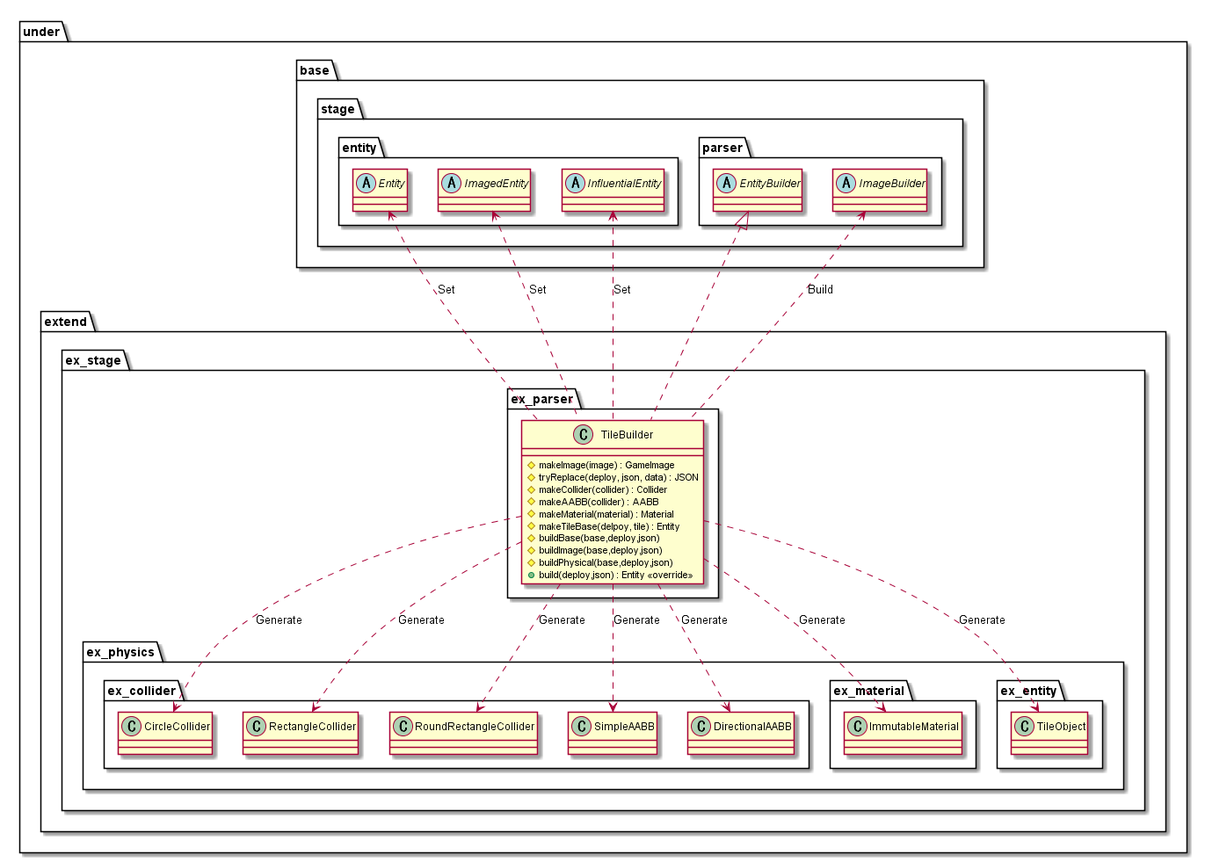
Above: out/uml/parser/Tile/ParserTile.png in Expine/Under (PlantUML), before the change.
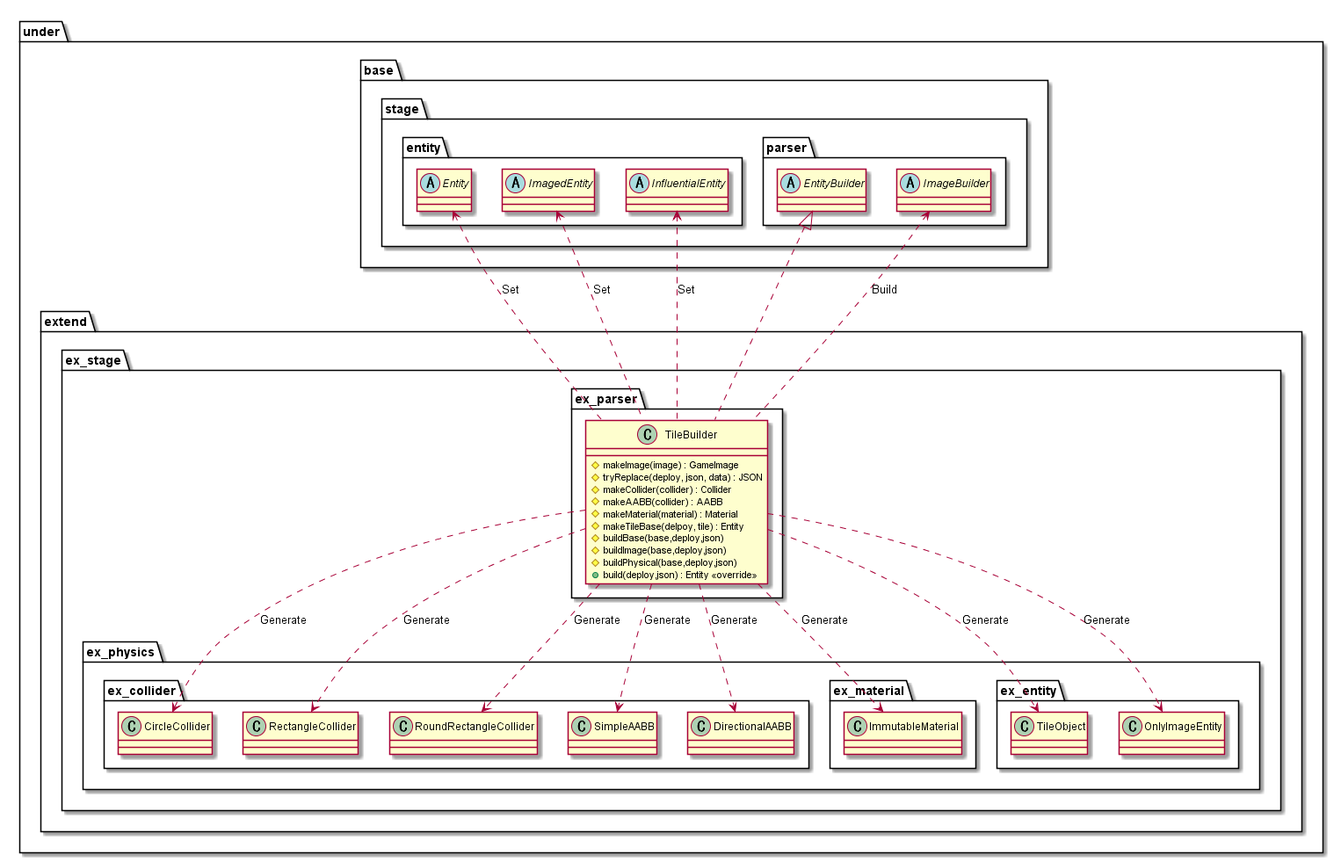
Later version of the same file.

The edit, as a diff of the source:
```diff
@@ -50,6 +50,7 @@
                 }
                 package ex_entity {
                     class TileObject
+                    class OnlyImageEntity
                 }
             }
         }
@@ -64,6 +65,7 @@
 TileBuilder ..> DirectionalAABB : Generate
 TileBuilder ..> ImmutableMaterial : Generate
 TileBuilder ..> TileObject : Generate
+TileBuilder ..> OnlyImageEntity : Generate
 Entity <.. TileBuilder : Set
 ImagedEntity <.. TileBuilder : Set
 InfluentialEntity <.. TileBuilder : Set
```
